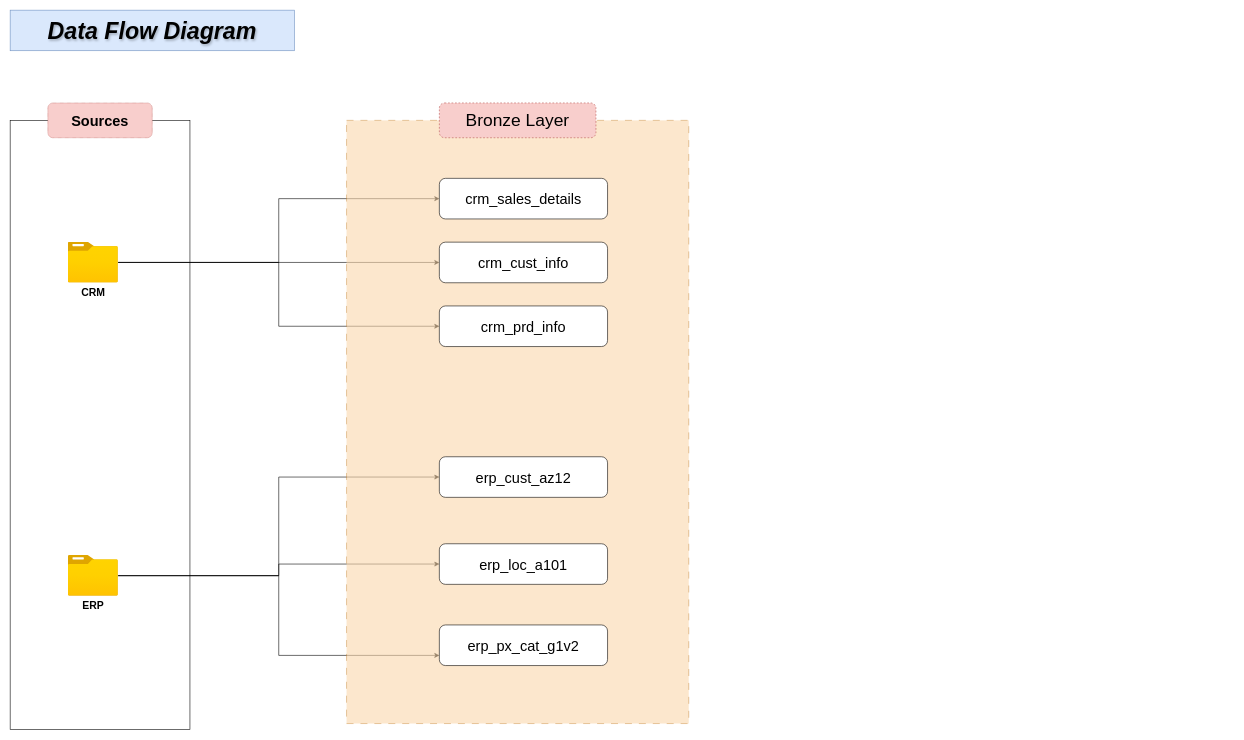
Earlier version of the draw.io diagram designs/DataFlow_diagram.drawio (pawan-rai02/SQL-data-warehouse-project). Source tidied: cells renumbered, new cells numbered last; positions are measured from the earlier drawing's top-left corner, leaving out a move shared by most shapes. Both pictures are drawn from the tidied source at 58%, with x=0, y=0 at pixel (10, 10).
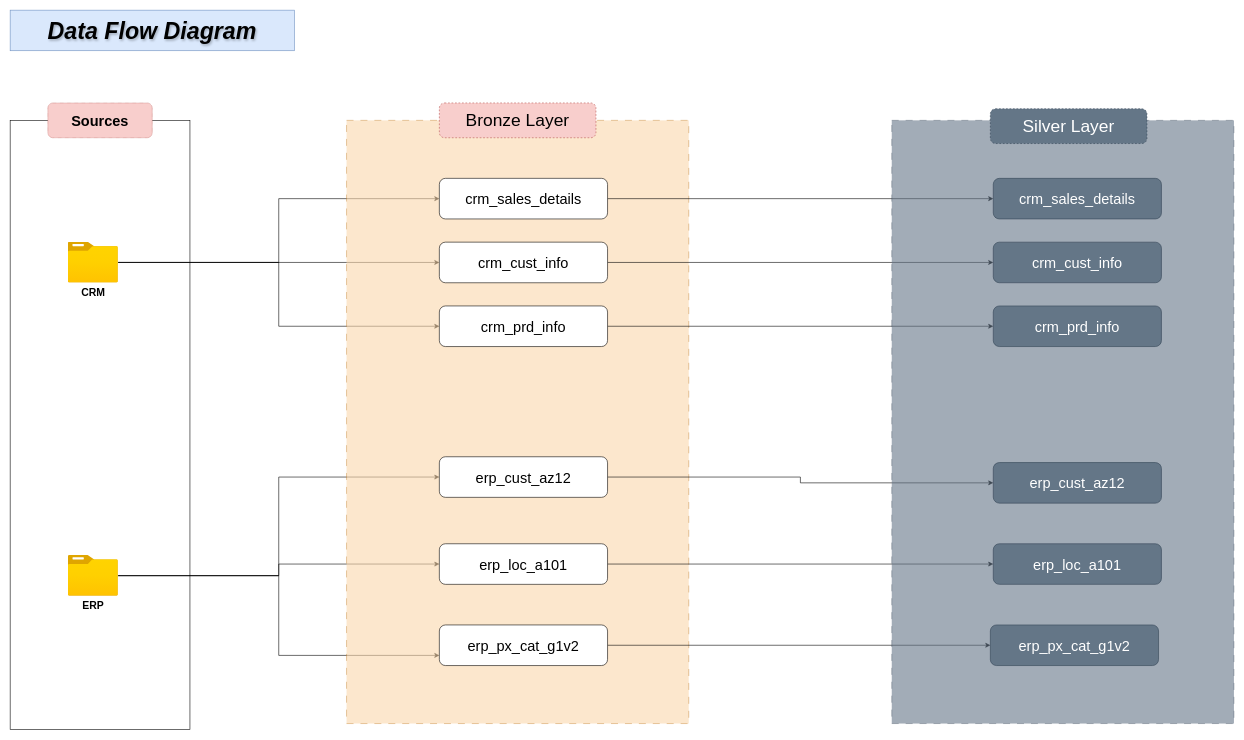
The same diagram, later.

The change refers to these unchanged cells:
```xml
<mxCell id="15" value="crm_sales_details" style="rounded=1;whiteSpace=wrap;html=1;fontSize=25;" parent="1" vertex="1">
  <mxGeometry x="740" y="290" width="290" height="70" as="geometry" />
</mxCell>
<mxCell id="16" value="crm_cust_info" style="rounded=1;whiteSpace=wrap;html=1;fontSize=25;" parent="1" vertex="1">
  <mxGeometry x="740" y="400" width="290" height="70" as="geometry" />
</mxCell>
<mxCell id="17" value="crm_prd_info" style="rounded=1;whiteSpace=wrap;html=1;fontSize=25;" parent="1" vertex="1">
  <mxGeometry x="740" y="510" width="290" height="70" as="geometry" />
</mxCell>
<mxCell id="18" value="erp_cust_az12" style="rounded=1;whiteSpace=wrap;html=1;fontSize=25;" parent="1" vertex="1">
  <mxGeometry x="740" y="770" width="290" height="70" as="geometry" />
</mxCell>
<mxCell id="19" value="erp_loc_a101" style="rounded=1;whiteSpace=wrap;html=1;fontSize=25;" parent="1" vertex="1">
  <mxGeometry x="740" y="920" width="290" height="70" as="geometry" />
</mxCell>
<mxCell id="20" value="erp_px_cat_g1v2" style="rounded=1;whiteSpace=wrap;html=1;fontSize=25;" parent="1" vertex="1">
  <mxGeometry x="740" y="1060" width="290" height="70" as="geometry" />
</mxCell>
```

Change to the diagram source:
```diff
@@
+    <mxCell id="21" style="edgeStyle=orthogonalEdgeStyle;rounded=0;jettySize=auto;html=1;exitX=1;exitY=0.5;exitDx=0;exitDy=0;" parent="1" edge="1" source="15" target="29">
+      <mxGeometry relative="1" as="geometry" />
+    </mxCell>
@@
+    <mxCell id="22" style="edgeStyle=orthogonalEdgeStyle;rounded=0;jettySize=auto;html=1;" parent="1" edge="1" source="16" target="30">
+      <mxGeometry relative="1" as="geometry" />
+    </mxCell>
@@
+    <mxCell id="23" style="edgeStyle=orthogonalEdgeStyle;rounded=0;jettySize=auto;html=1;" parent="1" edge="1" source="17" target="31">
+      <mxGeometry relative="1" as="geometry" />
+    </mxCell>
@@
+    <mxCell id="24" style="edgeStyle=orthogonalEdgeStyle;rounded=0;jettySize=auto;html=1;entryX=0;entryY=0.5;entryDx=0;entryDy=0;" parent="1" edge="1" source="18" target="32">
+      <mxGeometry relative="1" as="geometry" />
+    </mxCell>
@@
+    <mxCell id="25" style="edgeStyle=orthogonalEdgeStyle;rounded=0;jettySize=auto;html=1;entryX=0;entryY=0.5;entryDx=0;entryDy=0;" parent="1" edge="1" source="19" target="33">
+      <mxGeometry relative="1" as="geometry" />
+    </mxCell>
@@
+    <mxCell id="26" style="edgeStyle=orthogonalEdgeStyle;rounded=0;jettySize=auto;html=1;" parent="1" edge="1" source="20" target="34">
+      <mxGeometry relative="1" as="geometry" />
+    </mxCell>
@@
+    <mxCell id="27" style="rounded=0;whiteSpace=wrap;html=1;opacity=60;dashed=1;dashPattern=12 12;fillColor=#647687;strokeColor=#314354;fontColor=#ffffff;" parent="1" vertex="1">
+      <mxGeometry x="1520" y="190" width="590" height="1040" as="geometry" />
+    </mxCell>
+    <mxCell id="28" value="Silver Layer" style="rounded=1;whiteSpace=wrap;html=1;fontSize=30;fillColor=#647687;strokeColor=#314354;dashed=1;fontColor=#ffffff;" parent="1" vertex="1">
+      <mxGeometry x="1690" y="170" width="270" height="60" as="geometry" />
+    </mxCell>
+    <mxCell id="29" value="crm_sales_details" style="rounded=1;whiteSpace=wrap;html=1;fontSize=25;fillColor=#647687;strokeColor=#314354;fontColor=#ffffff;" parent="1" vertex="1">
+      <mxGeometry x="1695" y="290" width="290" height="70" as="geometry" />
+    </mxCell>
+    <mxCell id="30" value="crm_cust_info" style="rounded=1;whiteSpace=wrap;html=1;fontSize=25;fillColor=#647687;strokeColor=#314354;fontColor=#ffffff;" parent="1" vertex="1">
+      <mxGeometry x="1695" y="400" width="290" height="70" as="geometry" />
+    </mxCell>
+    <mxCell id="31" value="crm_prd_info" style="rounded=1;whiteSpace=wrap;html=1;fontSize=25;fillColor=#647687;strokeColor=#314354;fontColor=#ffffff;" parent="1" vertex="1">
+      <mxGeometry x="1695" y="510" width="290" height="70" as="geometry" />
+    </mxCell>
+    <mxCell id="32" value="erp_cust_az12" style="rounded=1;whiteSpace=wrap;html=1;fontSize=25;fillColor=#647687;strokeColor=#314354;fontColor=#ffffff;" parent="1" vertex="1">
+      <mxGeometry x="1695" y="780" width="290" height="70" as="geometry" />
+    </mxCell>
+    <mxCell id="33" value="erp_loc_a101" style="rounded=1;whiteSpace=wrap;html=1;fontSize=25;fillColor=#647687;strokeColor=#314354;fontColor=#ffffff;" parent="1" vertex="1">
+      <mxGeometry x="1695" y="920" width="290" height="70" as="geometry" />
+    </mxCell>
+    <mxCell id="34" value="erp_px_cat_g1v2" style="rounded=1;whiteSpace=wrap;html=1;fontSize=25;fillColor=#647687;strokeColor=#314354;fontColor=#ffffff;" parent="1" vertex="1">
+      <mxGeometry x="1690" y="1060" width="290" height="70" as="geometry" />
+    </mxCell>
```
